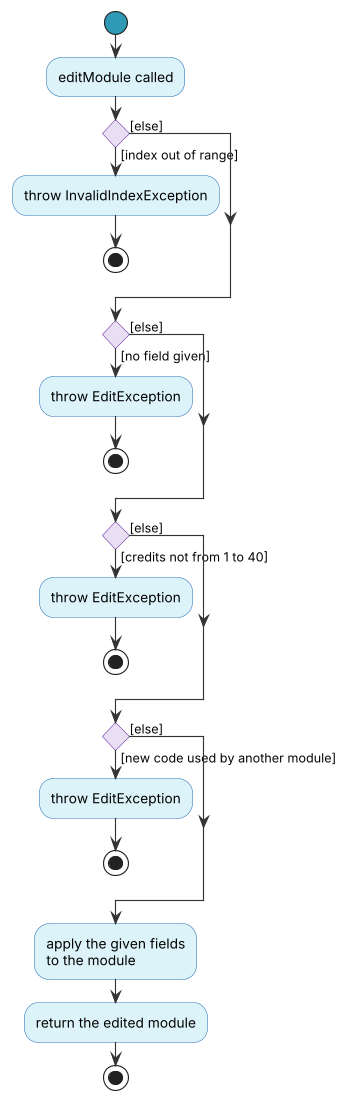
Before: docs/images/EditActivity.png, a diagram exported from PlantUML (AY2627S1-CS2113-T11-2/tp).
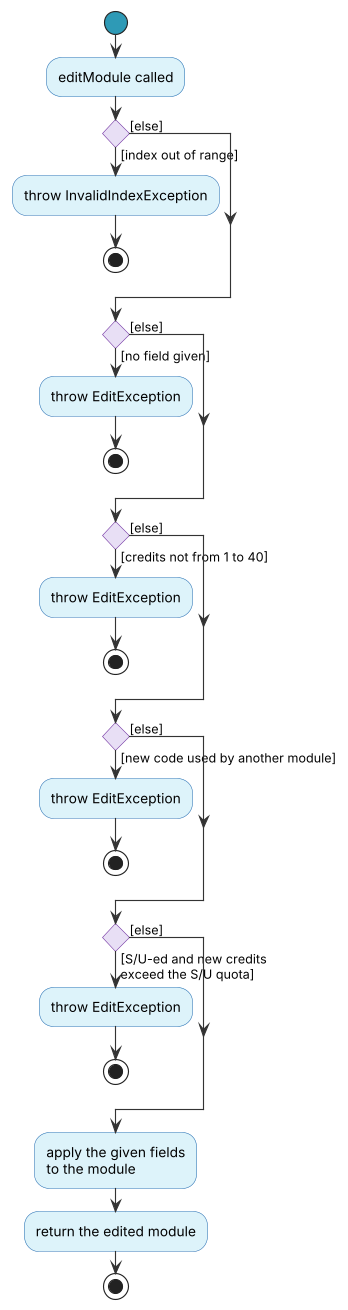
After the commit.

Commit message:
Keep S/U quota valid when editing credits

Diff of the diagram source:
```diff
@@ -23,6 +23,11 @@
     stop
 else ([else])
 endif
+if () then ([S/U-ed and new credits\nexceed the S/U quota])
+    :throw EditException;
+    stop
+else ([else])
+endif
 :apply the given fields\nto the module;
 :return the edited module;
 stop
```
